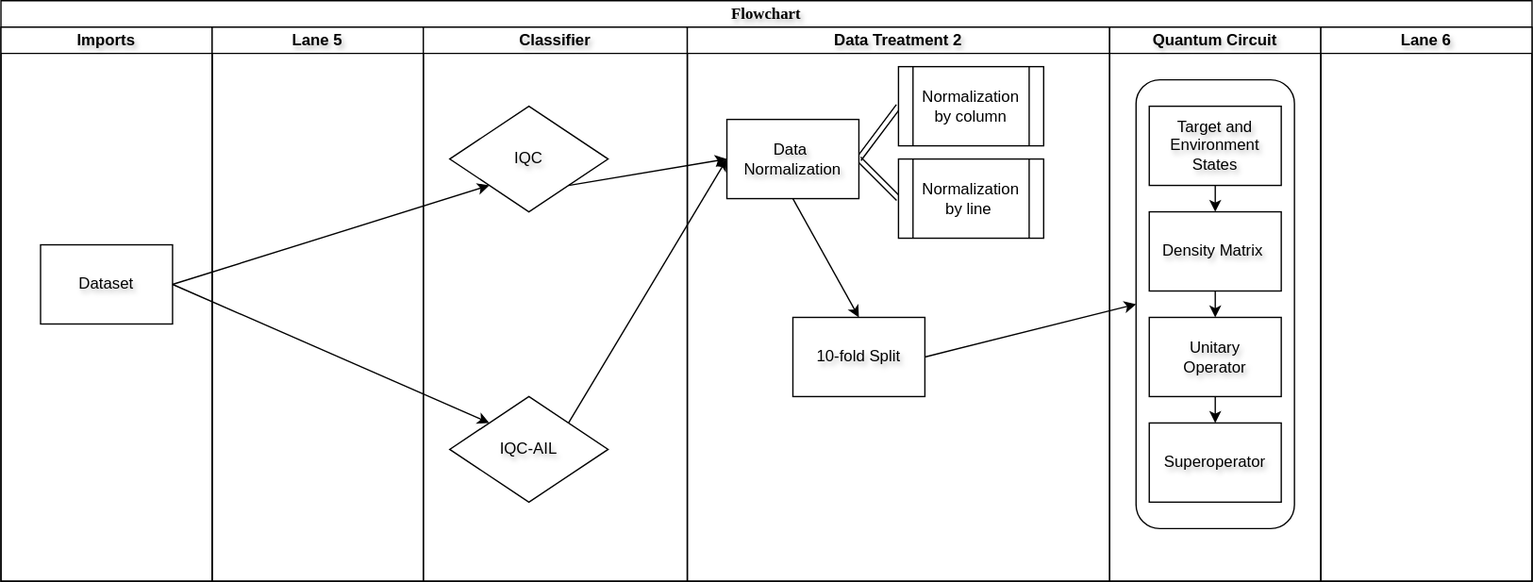
This is iqc.svg from Zuluke/ClassifiersBasedOnOQS, a draw.io export, as it was before one commit. Source tidied: cells renumbered, new cells last; positions are measured from the earlier drawing's top-left corner, leaving out a move shared by most shapes.
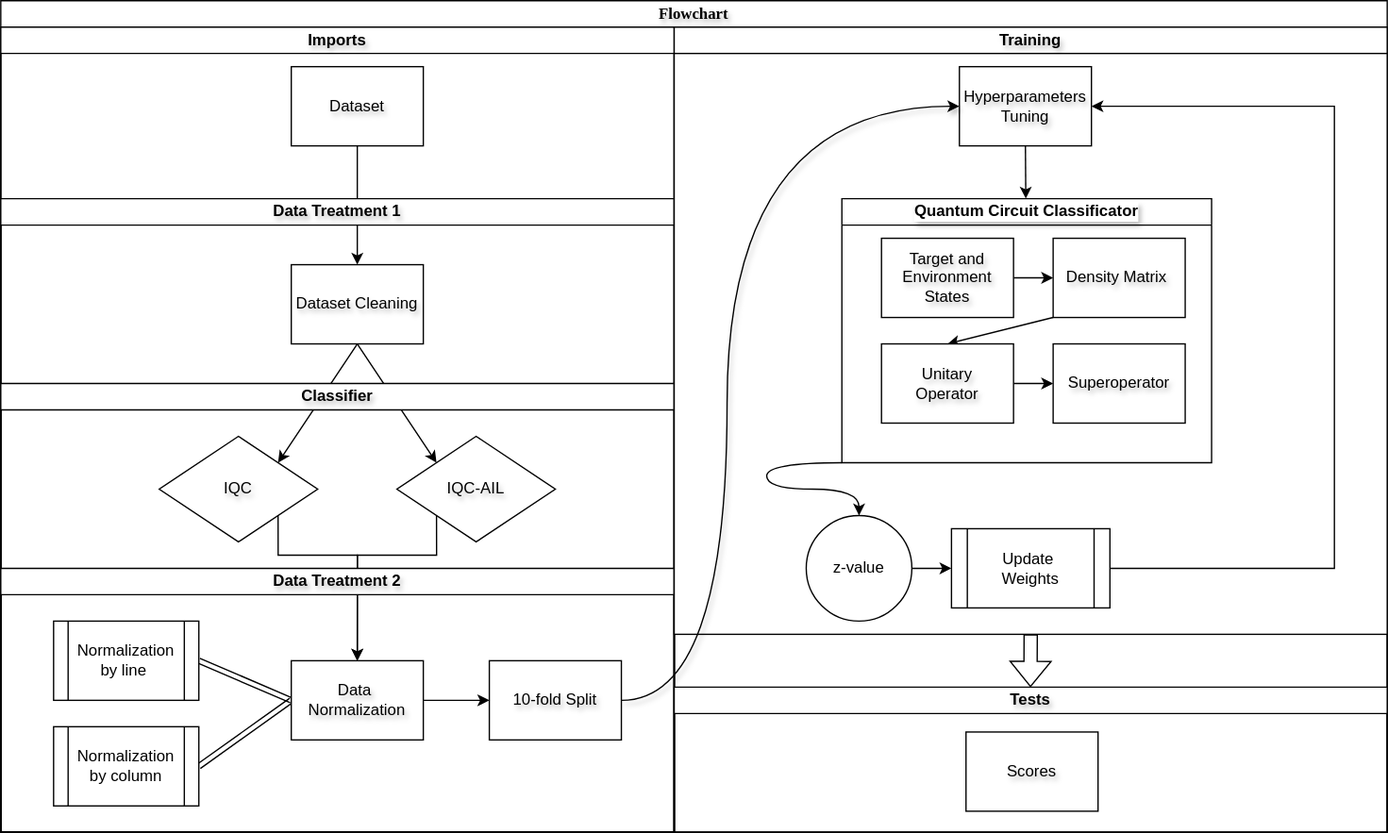
Above is the later version.

What changed in the source:
```diff
@@ -5,32 +5,57 @@
     <mxCell id="2" value="&lt;font style=&quot;font-size: 12px;&quot;&gt;Flowchart&lt;/font&gt;" style="swimlane;html=1;startSize=20;rounded=0;shadow=0;labelBackgroundColor=none;strokeWidth=1;fontFamily=Verdana;fontSize=8;align=center;labelBorderColor=none;textShadow=1;glass=0;whiteSpace=wrap;direction=east;" parent="1" vertex="1">
-      <mxGeometry width="1160" height="440" as="geometry" />
+      <mxGeometry width="1050" height="630" as="geometry" />
     </mxCell>
-    <mxCell id="3" value="Imports" style="swimlane;html=1;startSize=20;labelBorderColor=none;textShadow=1;rounded=0;labelBackgroundColor=none;whiteSpace=wrap;direction=east;" parent="2" vertex="1">
-      <mxGeometry y="20" width="160" height="420" as="geometry" />
+    <mxCell id="3" value="Imports" style="swimlane;html=1;startSize=20;labelBorderColor=none;textShadow=1;rounded=0;labelBackgroundColor=none;whiteSpace=wrap;direction=east;align=center;" parent="2" vertex="1">
+      <mxGeometry y="20" width="510" height="610" as="geometry" />
     </mxCell>
+    <mxCell id="32" style="edgeStyle=orthogonalEdgeStyle;rounded=0;jettySize=auto;html=1;exitX=0.5;exitY=1;exitDx=0;exitDy=0;entryX=0.5;entryY=0;entryDx=0;entryDy=0;" parent="3" edge="1" source="4" target="35">
+      <mxGeometry relative="1" as="geometry" />
+    </mxCell>
     <mxCell id="4" value="&lt;font face=&quot;Helvetica&quot; style=&quot;font-size: 12px;&quot;&gt;Dataset&lt;/font&gt;" style="rounded=0;html=1;shadow=0;labelBackgroundColor=none;strokeWidth=1;fontFamily=Verdana;fontSize=8;align=center;labelBorderColor=none;textShadow=1;whiteSpace=wrap;direction=east;" parent="3" vertex="1">
-      <mxGeometry x="30" y="165" width="100" height="60" as="geometry" />
+      <mxGeometry x="220" y="30" width="100" height="60" as="geometry" />
     </mxCell>
-    <mxCell id="5" value="Lane 5" style="swimlane;html=1;startSize=20;labelBorderColor=none;textShadow=1;rounded=0;labelBackgroundColor=none;whiteSpace=wrap;direction=east;" parent="2" vertex="1">
-      <mxGeometry x="160" y="20" width="160" height="420" as="geometry" />
+    <mxCell id="5" value="Data Treatment 1" style="swimlane;html=1;startSize=20;labelBorderColor=none;textShadow=1;rounded=0;labelBackgroundColor=none;whiteSpace=wrap;direction=east;" parent="3" vertex="1">
+      <mxGeometry y="130" width="510" height="480" as="geometry" />
     </mxCell>
+    <mxCell id="33" style="edgeStyle=none;rounded=0;jettySize=auto;html=1;exitX=0.5;exitY=1;exitDx=0;exitDy=0;entryX=1;entryY=0;entryDx=0;entryDy=0;" parent="5" edge="1" source="35" target="7">
+      <mxGeometry relative="1" as="geometry" />
+    </mxCell>
+    <mxCell id="34" style="edgeStyle=none;rounded=0;jettySize=auto;html=1;exitX=0.5;exitY=1;exitDx=0;exitDy=0;entryX=0;entryY=0;entryDx=0;entryDy=0;" parent="5" edge="1" source="35" target="8">
+      <mxGeometry relative="1" as="geometry" />
+    </mxCell>
-    <mxCell id="6" value="Classifier" style="swimlane;html=1;startSize=20;labelBorderColor=none;textShadow=1;rounded=0;labelBackgroundColor=none;whiteSpace=wrap;direction=east;" parent="2" vertex="1">
-      <mxGeometry x="320" y="20" width="200" height="420" as="geometry" />
+    <mxCell id="6" value="Classifier" style="swimlane;html=1;startSize=20;labelBorderColor=none;textShadow=1;rounded=0;labelBackgroundColor=none;whiteSpace=wrap;direction=east;" parent="5" vertex="1">
+      <mxGeometry y="140" width="510" height="340" as="geometry" />
     </mxCell>
+    <mxCell id="30" style="edgeStyle=orthogonalEdgeStyle;rounded=0;jettySize=auto;html=1;exitX=1;exitY=1;exitDx=0;exitDy=0;entryX=0.5;entryY=0;entryDx=0;entryDy=0;" parent="6" edge="1" source="7" target="13">
+      <mxGeometry relative="1" as="geometry">
+        <Array as="points">
+          <mxPoint x="210" y="130" />
+          <mxPoint x="270" y="130" />
+        </Array>
+      </mxGeometry>
+    </mxCell>
     <mxCell id="7" value="IQC" style="rhombus;html=1;labelBorderColor=none;textShadow=1;rounded=0;labelBackgroundColor=none;whiteSpace=wrap;direction=east;" parent="6" vertex="1">
-      <mxGeometry x="20" y="60" width="120" height="80" as="geometry" />
+      <mxGeometry x="120" y="40" width="120" height="80" as="geometry" />
     </mxCell>
+    <mxCell id="31" style="edgeStyle=orthogonalEdgeStyle;rounded=0;jettySize=auto;html=1;exitX=0;exitY=1;exitDx=0;exitDy=0;entryX=0.5;entryY=0;entryDx=0;entryDy=0;" parent="6" edge="1" source="8" target="13">
+      <mxGeometry relative="1" as="geometry">
+        <Array as="points">
+          <mxPoint x="330" y="130" />
+          <mxPoint x="270" y="130" />
+        </Array>
+      </mxGeometry>
+    </mxCell>
     <mxCell id="8" value="IQC-AIL" style="rhombus;html=1;labelBorderColor=none;textShadow=1;rounded=0;labelBackgroundColor=none;whiteSpace=wrap;direction=east;" parent="6" vertex="1">
-      <mxGeometry x="20" y="280" width="120" height="80" as="geometry" />
+      <mxGeometry x="300" y="40" width="120" height="80" as="geometry" />
     </mxCell>
-    <mxCell id="9" value="Data Treatment 2" style="swimlane;html=1;startSize=20;labelBorderColor=none;textShadow=1;rounded=0;labelBackgroundColor=none;align=center;whiteSpace=wrap;direction=east;" parent="2" vertex="1">
-      <mxGeometry x="520" y="20" width="320" height="420" as="geometry" />
+    <mxCell id="9" value="Data Treatment 2" style="swimlane;html=1;startSize=20;labelBorderColor=none;textShadow=1;rounded=0;labelBackgroundColor=none;align=center;whiteSpace=wrap;direction=east;" parent="6" vertex="1">
+      <mxGeometry y="140" width="510" height="200" as="geometry" />
     </mxCell>
-    <mxCell id="10" style="edgeStyle=none;shape=link;rounded=0;jettySize=auto;html=1;exitX=1;exitY=0.5;exitDx=0;exitDy=0;entryX=0;entryY=0.5;entryDx=0;entryDy=0;" parent="9" edge="1" source="13" target="14">
+    <mxCell id="10" style="edgeStyle=none;shape=link;rounded=0;jettySize=auto;html=1;exitX=0;exitY=0.5;exitDx=0;exitDy=0;entryX=1;entryY=0.5;entryDx=0;entryDy=0;" parent="9" edge="1" source="13" target="14">
       <mxGeometry relative="1" as="geometry" />
     </mxCell>
-    <mxCell id="11" style="edgeStyle=none;shape=link;rounded=0;jettySize=auto;html=1;exitX=1;exitY=0.5;exitDx=0;exitDy=0;entryX=0;entryY=0.5;entryDx=0;entryDy=0;" parent="9" edge="1" source="13" target="15">
+    <mxCell id="11" style="edgeStyle=none;shape=link;rounded=0;jettySize=auto;html=1;exitX=0;exitY=0.5;exitDx=0;exitDy=0;entryX=1;entryY=0.5;entryDx=0;entryDy=0;" parent="9" edge="1" source="13" target="15">
       <mxGeometry relative="1" as="geometry" />
     </mxCell>
-    <mxCell id="12" style="edgeStyle=none;rounded=0;jettySize=auto;html=1;exitX=0.5;exitY=1;exitDx=0;exitDy=0;entryX=0.5;entryY=0;entryDx=0;entryDy=0;" parent="9" edge="1" source="13" target="16">
+    <mxCell id="12" style="edgeStyle=none;rounded=0;jettySize=auto;html=1;exitX=1;exitY=0.5;exitDx=0;exitDy=0;entryX=0;entryY=0.5;entryDx=0;entryDy=0;" parent="9" edge="1" source="13" target="16">
       <mxGeometry relative="1" as="geometry" />
@@ -38,58 +63,100 @@
     <mxCell id="13" value="&lt;font face=&quot;Helvetica&quot; style=&quot;font-size: 12px;&quot;&gt;Data&amp;nbsp;&lt;/font&gt;&lt;div&gt;&lt;font face=&quot;Helvetica&quot; style=&quot;font-size: 12px;&quot;&gt;Normalization&lt;/font&gt;&lt;/div&gt;" style="rounded=0;html=1;shadow=0;labelBackgroundColor=none;strokeWidth=1;fontFamily=Verdana;fontSize=8;align=center;labelBorderColor=none;textShadow=1;whiteSpace=wrap;direction=east;" parent="9" vertex="1">
-      <mxGeometry x="30" y="70" width="100" height="60" as="geometry" />
+      <mxGeometry x="220" y="70" width="100" height="60" as="geometry" />
     </mxCell>
     <mxCell id="14" value="Normalization by column" style="shape=process;whiteSpace=wrap;html=1;backgroundOutline=1;direction=east;" parent="9" vertex="1">
-      <mxGeometry x="160" y="30" width="110" height="60" as="geometry" />
+      <mxGeometry x="40" y="120" width="110" height="60" as="geometry" />
     </mxCell>
     <mxCell id="15" value="Normalization by line&amp;nbsp;" style="shape=process;whiteSpace=wrap;html=1;backgroundOutline=1;direction=east;" parent="9" vertex="1">
-      <mxGeometry x="160" y="100" width="110" height="60" as="geometry" />
+      <mxGeometry x="40" y="40" width="110" height="60" as="geometry" />
     </mxCell>
     <mxCell id="16" value="&lt;font face=&quot;Helvetica&quot;&gt;&lt;span style=&quot;font-size: 12px;&quot;&gt;10-fold Split&lt;/span&gt;&lt;/font&gt;" style="rounded=0;html=1;shadow=0;labelBackgroundColor=none;strokeWidth=1;fontFamily=Verdana;fontSize=8;align=center;labelBorderColor=none;textShadow=1;whiteSpace=wrap;direction=east;" parent="9" vertex="1">
-      <mxGeometry x="80" y="220" width="100" height="60" as="geometry" />
+      <mxGeometry x="370" y="70" width="100" height="60" as="geometry" />
     </mxCell>
+    <mxCell id="35" value="&lt;font face=&quot;Helvetica&quot; style=&quot;font-size: 12px;&quot;&gt;Dataset Cleaning&lt;/font&gt;" style="rounded=0;html=1;shadow=0;labelBackgroundColor=none;strokeWidth=1;fontFamily=Verdana;fontSize=8;align=center;labelBorderColor=none;textShadow=1;whiteSpace=wrap;direction=east;" parent="5" vertex="1">
+      <mxGeometry x="220" y="50" width="100" height="60" as="geometry" />
+    </mxCell>
+    <mxCell id="26" value="Training" style="swimlane;html=1;startSize=20;labelBorderColor=none;textShadow=1;rounded=0;labelBackgroundColor=none;whiteSpace=wrap;direction=east;" parent="2" vertex="1">
+      <mxGeometry x="510" y="20" width="540" height="610" as="geometry" />
+    </mxCell>
+    <mxCell id="36" style="edgeStyle=none;rounded=0;jettySize=auto;html=1;exitX=0.5;exitY=1;exitDx=0;exitDy=0;entryX=0.487;entryY=0.021;entryDx=0;entryDy=0;entryPerimeter=0;shape=flexArrow;" parent="26" edge="1" source="48" target="17">
+      <mxGeometry relative="1" as="geometry" />
+    </mxCell>
+    <mxCell id="37" style="edgeStyle=elbowEdgeStyle;rounded=0;jettySize=auto;html=1;exitX=0.5;exitY=1;exitDx=0;exitDy=0;entryX=0.5;entryY=0;entryDx=0;entryDy=0;shape=flexArrow;" parent="26" edge="1" source="38" target="44">
+      <mxGeometry relative="1" as="geometry" />
+    </mxCell>
+    <mxCell id="38" style="rounded=0;whiteSpace=wrap;html=1;" parent="26" vertex="1">
+      <mxGeometry y="20" width="540" height="440" as="geometry" />
+    </mxCell>
+    <mxCell id="39" style="edgeStyle=orthogonalEdgeStyle;rounded=0;jettySize=auto;html=1;exitX=0;exitY=1;exitDx=0;exitDy=0;entryX=0.5;entryY=0;entryDx=0;entryDy=0;curved=1;" parent="26" edge="1" source="17" target="41">
+      <mxGeometry relative="1" as="geometry">
+        <Array as="points">
+          <mxPoint x="70" y="330" />
+          <mxPoint x="70" y="350" />
+          <mxPoint x="140" y="350" />
+        </Array>
+      </mxGeometry>
+    </mxCell>
-    <mxCell id="17" value="Quantum Circuit" style="swimlane;html=1;startSize=20;labelBorderColor=none;textShadow=1;rounded=0;labelBackgroundColor=none;whiteSpace=wrap;direction=east;" parent="2" vertex="1">
-      <mxGeometry x="840" y="20" width="160" height="420" as="geometry" />
+    <mxCell id="17" value="Quantum Circuit Classificator" style="swimlane;html=1;startSize=20;labelBorderColor=none;textShadow=1;rounded=0;labelBackgroundColor=default;whiteSpace=wrap;direction=east;glass=0;swimlaneLine=1;" parent="26" vertex="1">
+      <mxGeometry x="127" y="130" width="280" height="200" as="geometry" />
     </mxCell>
-    <mxCell id="18" style="rounded=1;whiteSpace=wrap;html=1;direction=east;" parent="17" vertex="1">
-      <mxGeometry x="20" y="40" width="120" height="340" as="geometry" />
-    </mxCell>
+    <mxCell id="21" style="edgeStyle=none;rounded=0;jettySize=auto;html=1;exitX=1;exitY=0.5;exitDx=0;exitDy=0;entryX=0;entryY=0.5;entryDx=0;entryDy=0;" parent="17" edge="1" source="19" target="20">
+      <mxGeometry relative="1" as="geometry" />
+    </mxCell>
     <mxCell id="19" value="&lt;font face=&quot;Helvetica&quot;&gt;&lt;span style=&quot;font-size: 12px;&quot;&gt;Target and&lt;/span&gt;&lt;/font&gt;&lt;div&gt;&lt;font face=&quot;Helvetica&quot;&gt;&lt;span style=&quot;font-size: 12px;&quot;&gt;Environment&lt;/span&gt;&lt;/font&gt;&lt;/div&gt;&lt;div&gt;&lt;font face=&quot;Helvetica&quot;&gt;&lt;span style=&quot;font-size: 12px;&quot;&gt;States&lt;/span&gt;&lt;/font&gt;&lt;/div&gt;" style="rounded=0;html=1;shadow=0;labelBackgroundColor=none;strokeWidth=1;fontFamily=Verdana;fontSize=8;align=center;labelBorderColor=none;textShadow=1;whiteSpace=wrap;direction=east;" parent="17" vertex="1">
-      <mxGeometry x="30" y="60" width="100" height="60" as="geometry" />
+      <mxGeometry x="30" y="30" width="100" height="60" as="geometry" />
     </mxCell>
+    <mxCell id="23" style="edgeStyle=none;rounded=0;jettySize=auto;html=1;exitX=0;exitY=1;exitDx=0;exitDy=0;entryX=0.5;entryY=0;entryDx=0;entryDy=0;" parent="17" edge="1" source="20" target="22">
+      <mxGeometry relative="1" as="geometry" />
+    </mxCell>
     <mxCell id="20" value="&lt;font face=&quot;Helvetica&quot; style=&quot;font-size: 12px;&quot;&gt;Density&amp;nbsp;&lt;/font&gt;&lt;span style=&quot;color: rgba(0, 0, 0, 0); font-family: monospace; font-size: 0px; text-align: start;&quot;&gt;%3CmxGraphModel%3E%3Croot%3E%3CmxCell%20id%3D%220%22%2F%3E%3CmxCell%20id%3D%221%22%20parent%3D%220%22%2F%3E%3CmxCell%20id%3D%222%22%20value%3D%22%26lt%3Bfont%20face%3D%26quot%3BHelvetica%26quot%3B%20style%3D%26quot%3Bfont-size%3A%2012px%3B%26quot%3B%26gt%3BDataset%26lt%3B%2Ffont%26gt%3B%22%20style%3D%22rounded%3D0%3Bhtml%3D1%3Bshadow%3D0%3BlabelBackgroundColor%3Dnone%3BstrokeWidth%3D1%3BfontFamily%3DVerdana%3BfontSize%3D8%3Balign%3Dcenter%3BlabelBorderColor%3Dnone%3BtextShadow%3D1%3B%22%20vertex%3D%221%22%20parent%3D%221%22%3E%3CmxGeometry%20x%3D%2290%22%20y%3D%22225%22%20width%3D%22100%22%20height%3D%2260%22%20as%3D%22geometry%22%2F%3E%3C%2FmxCell%3E%3C%2Froot%3E%3C%2FmxGraphModel%3E&lt;/span&gt;&lt;font face=&quot;Helvetica&quot; style=&quot;font-size: 12px;&quot;&gt;Matrix&amp;nbsp;&lt;/font&gt;" style="rounded=0;html=1;shadow=0;labelBackgroundColor=none;strokeWidth=1;fontFamily=Verdana;fontSize=8;align=center;labelBorderColor=none;textShadow=1;whiteSpace=wrap;direction=east;" parent="17" vertex="1">
-      <mxGeometry x="30" y="140" width="100" height="60" as="geometry" />
+      <mxGeometry x="160" y="30" width="100" height="60" as="geometry" />
     </mxCell>
-    <mxCell id="21" style="edgeStyle=none;rounded=0;jettySize=auto;html=1;exitX=0.5;exitY=1;exitDx=0;exitDy=0;entryX=0.5;entryY=0;entryDx=0;entryDy=0;" parent="17" edge="1" source="19" target="20">
-      <mxGeometry relative="1" as="geometry" />
-    </mxCell>
+    <mxCell id="25" style="edgeStyle=none;rounded=0;jettySize=auto;html=1;exitX=1;exitY=0.5;exitDx=0;exitDy=0;entryX=0;entryY=0.5;entryDx=0;entryDy=0;" parent="17" edge="1" source="22" target="24">
+      <mxGeometry relative="1" as="geometry" />
+    </mxCell>
     <mxCell id="22" value="&lt;font face=&quot;Helvetica&quot;&gt;&lt;span style=&quot;font-size: 12px;&quot;&gt;Unitary&lt;/span&gt;&lt;/font&gt;&lt;div&gt;&lt;font face=&quot;Helvetica&quot;&gt;&lt;span style=&quot;font-size: 12px;&quot;&gt;Operator&lt;/span&gt;&lt;/font&gt;&lt;/div&gt;" style="rounded=0;html=1;shadow=0;labelBackgroundColor=none;strokeWidth=1;fontFamily=Verdana;fontSize=8;align=center;labelBorderColor=none;textShadow=1;whiteSpace=wrap;direction=east;" parent="17" vertex="1">
-      <mxGeometry x="30" y="220" width="100" height="60" as="geometry" />
+      <mxGeometry x="30" y="110" width="100" height="60" as="geometry" />
     </mxCell>
-    <mxCell id="23" style="edgeStyle=none;rounded=0;jettySize=auto;html=1;exitX=0.5;exitY=1;exitDx=0;exitDy=0;entryX=0.5;entryY=0;entryDx=0;entryDy=0;" parent="17" edge="1" source="20" target="22">
-      <mxGeometry relative="1" as="geometry" />
-    </mxCell>
     <mxCell id="24" value="&lt;font face=&quot;Helvetica&quot;&gt;&lt;span style=&quot;font-size: 12px;&quot;&gt;Superoperator&lt;/span&gt;&lt;/font&gt;" style="rounded=0;html=1;shadow=0;labelBackgroundColor=none;strokeWidth=1;fontFamily=Verdana;fontSize=8;align=center;labelBorderColor=none;textShadow=1;whiteSpace=wrap;direction=east;" parent="17" vertex="1">
-      <mxGeometry x="30" y="300" width="100" height="60" as="geometry" />
+      <mxGeometry x="160" y="110" width="100" height="60" as="geometry" />
     </mxCell>
-    <mxCell id="25" style="edgeStyle=none;rounded=0;jettySize=auto;html=1;exitX=0.5;exitY=1;exitDx=0;exitDy=0;entryX=0.5;entryY=0;entryDx=0;entryDy=0;" parent="17" edge="1" source="22" target="24">
-      <mxGeometry relative="1" as="geometry" />
-    </mxCell>
-    <mxCell id="26" value="Lane 6" style="swimlane;html=1;startSize=20;labelBorderColor=none;textShadow=1;rounded=0;labelBackgroundColor=none;whiteSpace=wrap;direction=east;" parent="2" vertex="1">
-      <mxGeometry x="1000" y="20" width="160" height="420" as="geometry" />
-    </mxCell>
-    <mxCell id="27" style="edgeStyle=none;rounded=0;jettySize=auto;html=1;exitX=1;exitY=0.5;exitDx=0;exitDy=0;entryX=0;entryY=1;entryDx=0;entryDy=0;labelBorderColor=none;textShadow=1;labelBackgroundColor=none;fontColor=default;" parent="2" edge="1" source="4" target="7">
-      <mxGeometry relative="1" as="geometry" />
-    </mxCell>
-    <mxCell id="28" style="edgeStyle=none;rounded=0;jettySize=auto;html=1;exitX=1;exitY=0.5;exitDx=0;exitDy=0;entryX=0;entryY=0;entryDx=0;entryDy=0;labelBorderColor=none;textShadow=1;labelBackgroundColor=none;fontColor=default;" parent="2" edge="1" source="4" target="8">
-      <mxGeometry relative="1" as="geometry" />
-    </mxCell>
-    <mxCell id="29" style="edgeStyle=none;rounded=0;jettySize=auto;html=1;exitX=1;exitY=0.5;exitDx=0;exitDy=0;entryX=0;entryY=0.5;entryDx=0;entryDy=0;" parent="2" edge="1" source="16" target="18">
-      <mxGeometry relative="1" as="geometry" />
-    </mxCell>
-    <mxCell id="30" style="edgeStyle=none;rounded=0;jettySize=auto;html=1;exitX=1;exitY=1;exitDx=0;exitDy=0;entryX=0;entryY=0.5;entryDx=0;entryDy=0;" parent="2" edge="1" source="7" target="13">
-      <mxGeometry relative="1" as="geometry" />
-    </mxCell>
-    <mxCell id="31" style="edgeStyle=none;rounded=0;jettySize=auto;html=1;exitX=1;exitY=0;exitDx=0;exitDy=0;entryX=0;entryY=0.5;entryDx=0;entryDy=0;" parent="2" edge="1" source="8" target="13">
-      <mxGeometry relative="1" as="geometry" />
-    </mxCell>
+    <mxCell id="40" style="edgeStyle=none;rounded=0;jettySize=auto;html=1;exitX=1;exitY=0.5;exitDx=0;exitDy=0;entryX=0;entryY=0.5;entryDx=0;entryDy=0;" parent="26" edge="1" source="41" target="43">
+      <mxGeometry relative="1" as="geometry" />
+    </mxCell>
+    <mxCell id="41" value="z-value" style="ellipse;whiteSpace=wrap;html=1;" parent="26" vertex="1">
+      <mxGeometry x="100" y="370" width="80" height="80" as="geometry" />
+    </mxCell>
+    <mxCell id="42" style="edgeStyle=elbowEdgeStyle;rounded=0;jettySize=auto;html=1;exitX=1;exitY=0.5;exitDx=0;exitDy=0;entryX=1;entryY=0.5;entryDx=0;entryDy=0;" parent="26" edge="1" source="43" target="48">
+      <mxGeometry relative="1" as="geometry">
+        <Array as="points">
+          <mxPoint x="500" y="260" />
+        </Array>
+      </mxGeometry>
+    </mxCell>
+    <mxCell id="43" value="Update&amp;nbsp;&lt;div&gt;Weights&lt;/div&gt;" style="shape=process;whiteSpace=wrap;html=1;backgroundOutline=1;" parent="26" vertex="1">
+      <mxGeometry x="210" y="380" width="120" height="60" as="geometry" />
+    </mxCell>
+    <mxCell id="44" value="Tests" style="swimlane;html=1;startSize=20;labelBorderColor=none;textShadow=1;rounded=0;labelBackgroundColor=none;whiteSpace=wrap;direction=east;" parent="26" vertex="1">
+      <mxGeometry y="500" width="540" height="110" as="geometry" />
+    </mxCell>
+    <mxCell id="45" value="&lt;font face=&quot;Helvetica&quot;&gt;&lt;span style=&quot;font-size: 12px;&quot;&gt;Scores&lt;/span&gt;&lt;/font&gt;" style="rounded=0;html=1;shadow=0;labelBackgroundColor=none;strokeWidth=1;fontFamily=Verdana;fontSize=8;align=center;labelBorderColor=none;textShadow=1;whiteSpace=wrap;direction=east;" parent="44" vertex="1">
+      <mxGeometry x="221" y="34" width="100" height="60" as="geometry" />
+    </mxCell>
+    <mxCell id="46" style="edgeStyle=elbowEdgeStyle;rounded=0;orthogonalLoop=1;jettySize=auto;html=1;exitX=0.5;exitY=0;exitDx=0;exitDy=0;" parent="26" edge="1" source="44" target="44">
+      <mxGeometry relative="1" as="geometry" />
+    </mxCell>
+    <mxCell id="47" style="edgeStyle=elbowEdgeStyle;rounded=0;jettySize=auto;html=1;exitX=0.5;exitY=1;exitDx=0;exitDy=0;entryX=0.5;entryY=0;entryDx=0;entryDy=0;" parent="26" edge="1" source="48" target="17">
+      <mxGeometry relative="1" as="geometry" />
+    </mxCell>
+    <mxCell id="48" value="&lt;font face=&quot;Helvetica&quot;&gt;&lt;span style=&quot;font-size: 12px;&quot;&gt;Hyperparameters Tuning&lt;/span&gt;&lt;/font&gt;" style="rounded=0;html=1;shadow=0;labelBackgroundColor=none;strokeWidth=1;fontFamily=Verdana;fontSize=8;align=center;labelBorderColor=none;textShadow=1;whiteSpace=wrap;direction=east;" parent="26" vertex="1">
+      <mxGeometry x="216" y="30" width="100" height="60" as="geometry" />
+    </mxCell>
+    <mxCell id="49" style="edgeStyle=orthogonalEdgeStyle;rounded=0;jettySize=auto;html=1;exitX=1;exitY=0.5;exitDx=0;exitDy=0;entryX=0;entryY=0.5;entryDx=0;entryDy=0;curved=1;shadow=1;" parent="2" edge="1" source="16" target="48">
+      <mxGeometry relative="1" as="geometry">
+        <Array as="points">
+          <mxPoint x="550" y="530" />
+          <mxPoint x="550" y="80" />
+        </Array>
+      </mxGeometry>
+    </mxCell>
   </root>
```
